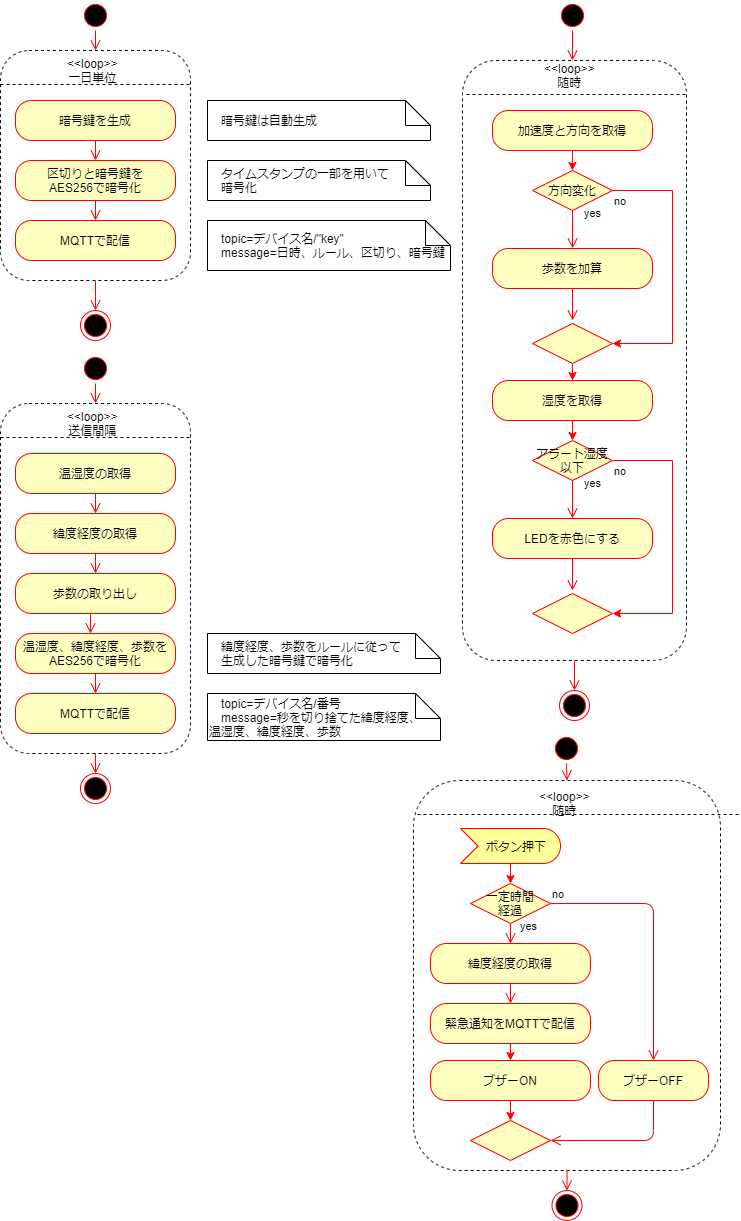
Above: GPSトラッカーアクティビティ.png in giangdolqa/GpsTrackerContactApp (draw.io), before the change. Source tidied: cells renumbered, new cells last; positions are measured from the earlier drawing's top-left corner, leaving out a move shared by most shapes.
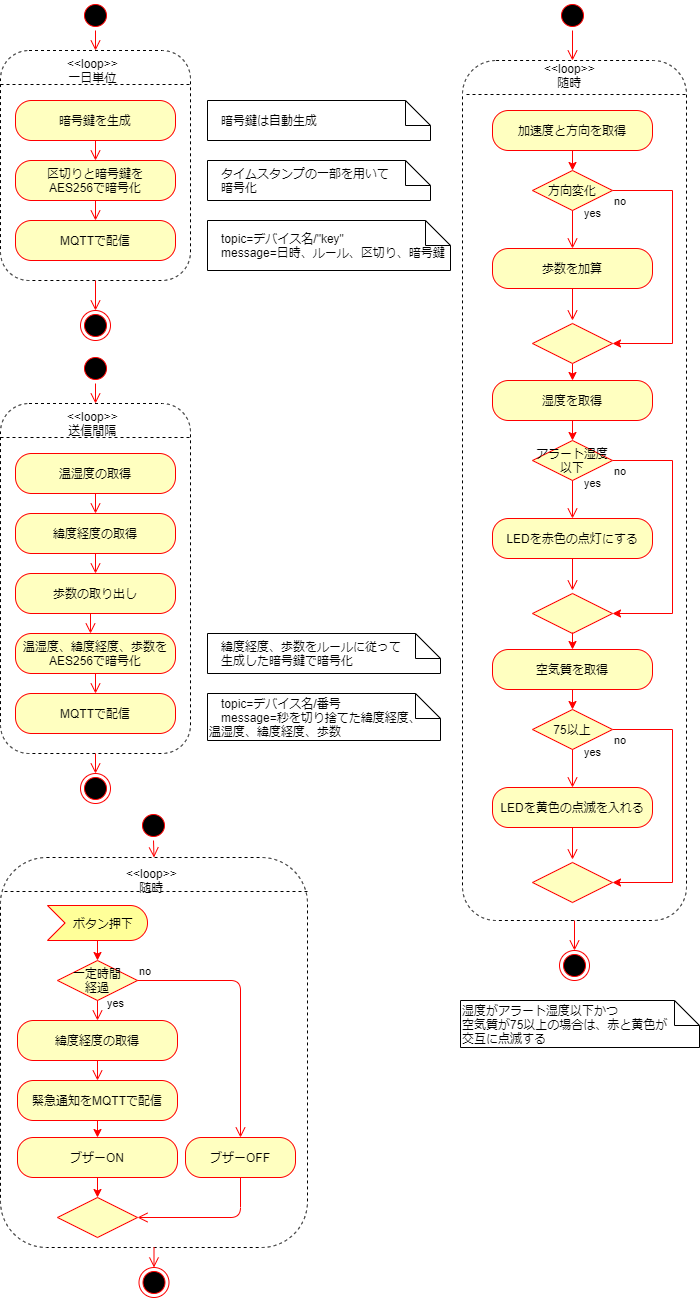
The same file after the commit.

Diff of the diagram source:
```diff
@@ -3,10 +3,10 @@
     <mxCell id="0" />
     <mxCell id="1" parent="0" />
     <mxCell id="2" style="rounded=1;whiteSpace=wrap;html=1;labelBackgroundColor=none;fontColor=#FFFFFF;align=left;fillColor=none;dashed=1;" parent="1" vertex="1">
-      <mxGeometry x="413" y="780" width="307" height="390" as="geometry" />
+      <mxGeometry y="857" width="307" height="390" as="geometry" />
     </mxCell>
     <mxCell id="3" style="rounded=1;whiteSpace=wrap;html=1;labelBackgroundColor=none;fontColor=#FFFFFF;align=left;fillColor=none;dashed=1;" parent="1" vertex="1">
-      <mxGeometry x="462" y="60" width="224" height="600" as="geometry" />
+      <mxGeometry x="462" y="60" width="224" height="860" as="geometry" />
     </mxCell>
     <mxCell id="4" style="rounded=1;whiteSpace=wrap;html=1;labelBackgroundColor=none;fontColor=#FFFFFF;align=left;fillColor=none;dashed=1;" parent="1" vertex="1">
       <mxGeometry y="403" width="190" height="350" as="geometry" />
@@ -59,8 +59,10 @@
     <mxCell id="19" value="&lt;div style=&quot;text-align: center&quot;&gt;&amp;lt;&amp;lt;loop&amp;gt;&amp;gt;&lt;/div&gt;&lt;div style=&quot;text-align: center&quot;&gt;送信間隔&lt;/div&gt;" style="text;whiteSpace=wrap;html=1;fontColor=#000000;" parent="1" vertex="1">
       <mxGeometry x="65" y="403" width="60" height="30" as="geometry" />
     </mxCell>
-    <mxCell id="20" style="html=1;verticalAlign=bottom;endArrow=open;endSize=8;strokeColor=#ff0000;entryX=0.5;entryY=0;entryDx=0;entryDy=0;exitX=0.5;exitY=1;exitDx=0;exitDy=0;" parent="1" edge="1" source="3" target="24">
-      <mxGeometry relative="1" as="geometry" />
+    <mxCell id="20" style="html=1;verticalAlign=bottom;endArrow=open;endSize=8;strokeColor=#ff0000;exitX=0.5;exitY=1;exitDx=0;exitDy=0;" parent="1" edge="1" target="24">
+      <mxGeometry relative="1" as="geometry">
+        <mxPoint x="574" y="920" as="sourcePoint" />
+      </mxGeometry>
     </mxCell>
     <mxCell id="21" style="edgeStyle=orthogonalEdgeStyle;rounded=0;jettySize=auto;html=1;exitX=1;exitY=0.5;exitDx=0;exitDy=0;strokeColor=#FF0000;fontColor=#000000;entryX=1;entryY=0.5;entryDx=0;entryDy=0;" parent="1" edge="1" source="37" target="40">
       <mxGeometry relative="1" as="geometry">
@@ -77,10 +79,10 @@
       <mxGeometry relative="1" as="geometry" />
     </mxCell>
     <mxCell id="24" style="ellipse;html=1;shape=endState;fillColor=#000000;strokeColor=#ff0000;labelBackgroundColor=none;fontColor=#FFFFFF;align=left;" parent="1" vertex="1">
-      <mxGeometry x="559" y="690" width="30" height="30" as="geometry" />
+      <mxGeometry x="559" y="950" width="30" height="30" as="geometry" />
     </mxCell>
     <mxCell id="25" style="ellipse;html=1;shape=startState;fillColor=#000000;strokeColor=#ff0000;" parent="1" vertex="1">
-      <mxGeometry x="551" y="733" width="30" height="30" as="geometry" />
+      <mxGeometry x="138" y="810" width="30" height="30" as="geometry" />
     </mxCell>
     <mxCell id="26" style="html=1;verticalAlign=bottom;endArrow=open;endSize=8;strokeColor=#ff0000;exitX=0.5;exitY=1;exitDx=0;exitDy=0;entryX=0.5;entryY=0;entryDx=0;entryDy=0;" parent="1" edge="1" source="25" target="2">
       <mxGeometry relative="1" as="geometry" />
@@ -89,18 +91,18 @@
       <mxGeometry relative="1" as="geometry" />
     </mxCell>
     <mxCell id="28" value="&lt;font color=&quot;#000000&quot;&gt;ボタン押下　&lt;/font&gt;" style="html=1;outlineConnect=0;whiteSpace=wrap;fillColor=#ffff99;shape=mxgraph.archimate3.event;align=right;strokeColor=#FF0000;" parent="1" vertex="1">
-      <mxGeometry x="460" y="828" width="100" height="35" as="geometry" />
+      <mxGeometry x="47" y="905" width="100" height="35" as="geometry" />
     </mxCell>
     <mxCell id="29" style="edgeStyle=orthogonalEdgeStyle;html=1;verticalAlign=bottom;endArrow=open;endSize=8;strokeColor=#ff0000;exitX=0.5;exitY=1;exitDx=0;exitDy=0;" parent="1" edge="1" source="47" target="49">
       <mxGeometry relative="1" as="geometry" />
     </mxCell>
     <mxCell id="30" value="一定時間&lt;br&gt;経過" style="rhombus;whiteSpace=wrap;html=1;fillColor=#ffffc0;strokeColor=#ff0000;align=center;fontColor=#000000;" parent="1" vertex="1">
-      <mxGeometry x="470" y="883" width="80" height="40" as="geometry" />
+      <mxGeometry x="57" y="960" width="80" height="40" as="geometry" />
     </mxCell>
     <mxCell id="31" value="no" style="edgeStyle=orthogonalEdgeStyle;html=1;align=left;verticalAlign=bottom;endArrow=open;endSize=8;strokeColor=#ff0000;entryX=0.5;entryY=0;entryDx=0;entryDy=0;" parent="1" edge="1" source="30" target="78">
       <mxGeometry x="-1" relative="1" as="geometry">
         <Array as="points">
-          <mxPoint x="653" y="903" />
+          <mxPoint x="240" y="980" />
         </Array>
       </mxGeometry>
     </mxCell>
@@ -146,30 +148,30 @@
       </mxGeometry>
     </mxCell>
     <mxCell id="43" value="&lt;div style=&quot;text-align: center&quot;&gt;&amp;lt;&amp;lt;loop&amp;gt;&amp;gt;&lt;/div&gt;&lt;div style=&quot;text-align: center&quot;&gt;随時&lt;/div&gt;" style="text;whiteSpace=wrap;html=1;labelBackgroundColor=none;fontColor=#000000;verticalAlign=middle;" parent="1" vertex="1">
-      <mxGeometry x="536.5" y="788" width="60" height="30" as="geometry" />
+      <mxGeometry x="123.5" y="865" width="60" height="30" as="geometry" />
     </mxCell>
     <mxCell id="44" style="line;strokeWidth=1;fillColor=none;align=left;verticalAlign=middle;spacingTop=-1;spacingLeft=3;spacingRight=3;labelPosition=right;dashed=1;labelBackgroundColor=none;fontColor=#FFFFFF;" parent="1" vertex="1">
-      <mxGeometry x="417" y="810" width="323" height="8" as="geometry" />
+      <mxGeometry x="4" y="887" width="306" height="8" as="geometry" />
     </mxCell>
     <mxCell id="45" style="html=1;verticalAlign=bottom;endArrow=open;endSize=8;strokeColor=#ff0000;entryX=0.5;entryY=0;entryDx=0;entryDy=0;exitX=0.5;exitY=1;exitDx=0;exitDy=0;" parent="1" edge="1" source="2" target="46">
       <mxGeometry relative="1" as="geometry" />
     </mxCell>
     <mxCell id="46" style="ellipse;html=1;shape=endState;fillColor=#000000;strokeColor=#ff0000;labelBackgroundColor=none;fontColor=#FFFFFF;align=left;" parent="1" vertex="1">
-      <mxGeometry x="551.5" y="1190" width="30" height="30" as="geometry" />
+      <mxGeometry x="138.5" y="1267" width="30" height="30" as="geometry" />
     </mxCell>
     <mxCell id="47" value="緯度経度の取得" style="rounded=1;whiteSpace=wrap;html=1;arcSize=40;fontColor=#000000;fillColor=#ffffc0;strokeColor=#ff0000;" parent="1" vertex="1">
-      <mxGeometry x="430" y="943" width="160" height="40" as="geometry" />
+      <mxGeometry x="17" y="1020" width="160" height="40" as="geometry" />
     </mxCell>
     <mxCell id="48" style="edgeStyle=orthogonalEdgeStyle;rounded=0;jettySize=auto;html=1;exitX=0.5;exitY=1;exitDx=0;exitDy=0;strokeColor=#FF0000;fontColor=#000000;" parent="1" edge="1" source="49">
       <mxGeometry relative="1" as="geometry">
-        <mxPoint x="510" y="1060" as="targetPoint" />
+        <mxPoint x="97" y="1137" as="targetPoint" />
       </mxGeometry>
     </mxCell>
     <mxCell id="49" value="緊急通知をMQTTで配信" style="rounded=1;whiteSpace=wrap;html=1;arcSize=40;fontColor=#000000;fillColor=#ffffc0;strokeColor=#ff0000;" parent="1" vertex="1">
-      <mxGeometry x="430" y="1003" width="160" height="40" as="geometry" />
+      <mxGeometry x="17" y="1080" width="160" height="40" as="geometry" />
     </mxCell>
     <mxCell id="50" style="rhombus;whiteSpace=wrap;html=1;fillColor=#ffffc0;strokeColor=#ff0000;fontColor=#000000;" parent="1" vertex="1">
-      <mxGeometry x="470" y="1120" width="80" height="40" as="geometry" />
+      <mxGeometry x="57" y="1197" width="80" height="40" as="geometry" />
     </mxCell>
     <mxCell id="51" value="　topic=デバイス名/番号&lt;br&gt;　message=秒を切り捨てた緯度経度、&lt;br&gt;温湿度、緯度経度、歩数" style="shape=note2;boundedLbl=1;whiteSpace=wrap;html=1;size=25;verticalAlign=middle;align=left;labelBackgroundColor=none;fontColor=#000000;fillColor=none;" parent="1" vertex="1">
       <mxGeometry x="207" y="693" width="233" height="47" as="geometry" />
@@ -250,7 +252,7 @@
     <mxCell id="73" style="rhombus;whiteSpace=wrap;html=1;fillColor=#ffffc0;strokeColor=#ff0000;fontColor=#000000;" parent="1" vertex="1">
       <mxGeometry x="532" y="593" width="80" height="40" as="geometry" />
     </mxCell>
-    <mxCell id="74" value="LEDを赤色にする" style="rounded=1;whiteSpace=wrap;html=1;arcSize=40;fontColor=#000000;fillColor=#ffffc0;strokeColor=#ff0000;" parent="1" vertex="1">
+    <mxCell id="74" value="LEDを赤色の点灯にする" style="rounded=1;whiteSpace=wrap;html=1;arcSize=40;fontColor=#000000;fillColor=#ffffc0;strokeColor=#ff0000;" parent="1" vertex="1">
       <mxGeometry x="492" y="518" width="160" height="40" as="geometry" />
     </mxCell>
     <mxCell id="75" value="no" style="edgeStyle=orthogonalEdgeStyle;html=1;align=left;verticalAlign=bottom;endArrow=open;endSize=8;strokeColor=#ff0000;exitX=0.5;exitY=1;exitDx=0;exitDy=0;" parent="1" edge="1" source="74">
@@ -263,13 +265,56 @@
       <mxGeometry relative="1" as="geometry" />
     </mxCell>
     <mxCell id="77" value="ブザーON" style="rounded=1;whiteSpace=wrap;html=1;arcSize=40;fontColor=#000000;fillColor=#ffffc0;strokeColor=#ff0000;" parent="1" vertex="1">
-      <mxGeometry x="430" y="1060" width="160" height="40" as="geometry" />
+      <mxGeometry x="17" y="1137" width="160" height="40" as="geometry" />
     </mxCell>
     <mxCell id="78" value="ブザーOFF" style="rounded=1;whiteSpace=wrap;html=1;arcSize=40;fontColor=#000000;fillColor=#ffffc0;strokeColor=#ff0000;" parent="1" vertex="1">
-      <mxGeometry x="598" y="1060" width="110" height="40" as="geometry" />
+      <mxGeometry x="185" y="1137" width="110" height="40" as="geometry" />
     </mxCell>
     <mxCell id="79" style="edgeStyle=orthogonalEdgeStyle;html=1;align=left;verticalAlign=bottom;endArrow=open;endSize=8;strokeColor=#ff0000;entryX=1;entryY=0.5;entryDx=0;entryDy=0;exitX=0.5;exitY=1;exitDx=0;exitDy=0;" parent="1" edge="1" source="78" target="50">
       <mxGeometry x="-1" relative="1" as="geometry" />
     </mxCell>
+    <mxCell id="80" style="edgeStyle=none;rounded=0;jettySize=auto;html=1;exitX=0.5;exitY=1;exitDx=0;exitDy=0;entryX=0.5;entryY=0;entryDx=0;entryDy=0;strokeColor=#FF0000;" parent="1" edge="1" target="83">
+      <mxGeometry relative="1" as="geometry">
+        <mxPoint x="572" y="632" as="sourcePoint" />
+      </mxGeometry>
+    </mxCell>
+    <mxCell id="81" style="edgeStyle=orthogonalEdgeStyle;rounded=0;jettySize=auto;html=1;exitX=1;exitY=0.5;exitDx=0;exitDy=0;strokeColor=#FF0000;fontColor=#000000;entryX=1;entryY=0.5;entryDx=0;entryDy=0;" parent="1" edge="1" source="84" target="86">
+      <mxGeometry relative="1" as="geometry">
+        <Array as="points">
+          <mxPoint x="672" y="729" />
+          <mxPoint x="672" y="882" />
+        </Array>
+      </mxGeometry>
+    </mxCell>
+    <mxCell id="82" style="edgeStyle=orthogonalEdgeStyle;rounded=0;jettySize=auto;html=1;exitX=0.5;exitY=1;exitDx=0;exitDy=0;entryX=0.5;entryY=0;entryDx=0;entryDy=0;fontColor=#000000;strokeColor=#FF0000;" parent="1" edge="1" source="83" target="84">
+      <mxGeometry relative="1" as="geometry" />
+    </mxCell>
+    <mxCell id="83" value="空気質を取得" style="rounded=1;whiteSpace=wrap;html=1;arcSize=40;fontColor=#000000;fillColor=#ffffc0;strokeColor=#ff0000;" parent="1" vertex="1">
+      <mxGeometry x="492" y="649" width="160" height="40" as="geometry" />
+    </mxCell>
+    <mxCell id="84" value="75以上" style="rhombus;whiteSpace=wrap;html=1;fillColor=#ffffc0;strokeColor=#ff0000;fontColor=#000000;" parent="1" vertex="1">
+      <mxGeometry x="532" y="709" width="80" height="40" as="geometry" />
+    </mxCell>
+    <mxCell id="85" value="yes" style="edgeStyle=orthogonalEdgeStyle;html=1;align=left;verticalAlign=top;endArrow=open;endSize=8;strokeColor=#ff0000;entryX=0.5;entryY=0;entryDx=0;entryDy=0;" parent="1" edge="1" target="87">
+      <mxGeometry x="-1" y="14" relative="1" as="geometry">
+        <mxPoint x="572" y="749" as="sourcePoint" />
+        <mxPoint x="-4" y="-10" as="offset" />
+      </mxGeometry>
+    </mxCell>
+    <mxCell id="86" style="rhombus;whiteSpace=wrap;html=1;fillColor=#ffffc0;strokeColor=#ff0000;fontColor=#000000;" parent="1" vertex="1">
+      <mxGeometry x="532" y="862" width="80" height="40" as="geometry" />
+    </mxCell>
+    <mxCell id="87" value="LEDを黄色の点滅を入れる" style="rounded=1;whiteSpace=wrap;html=1;arcSize=40;fontColor=#000000;fillColor=#ffffc0;strokeColor=#ff0000;" parent="1" vertex="1">
+      <mxGeometry x="492" y="787" width="160" height="40" as="geometry" />
+    </mxCell>
+    <mxCell id="88" value="no" style="edgeStyle=orthogonalEdgeStyle;html=1;align=left;verticalAlign=bottom;endArrow=open;endSize=8;strokeColor=#ff0000;exitX=0.5;exitY=1;exitDx=0;exitDy=0;" parent="1" edge="1" source="87">
+      <mxGeometry x="-1" y="88" relative="1" as="geometry">
+        <mxPoint x="572" y="859" as="targetPoint" />
+        <mxPoint x="-48" y="-78" as="offset" />
+      </mxGeometry>
+    </mxCell>
+    <mxCell id="89" value="湿度がアラート湿度以下かつ&lt;br&gt;空気質が75以上の場合は、赤と黄色が&lt;br&gt;交互に点滅する" style="shape=note2;boundedLbl=1;whiteSpace=wrap;html=1;size=25;verticalAlign=middle;align=left;labelBackgroundColor=none;fontColor=#000000;fillColor=none;" parent="1" vertex="1">
+      <mxGeometry x="460" y="1000" width="239" height="47" as="geometry" />
+    </mxCell>
   </root>
 </mxGraphModel>
```
